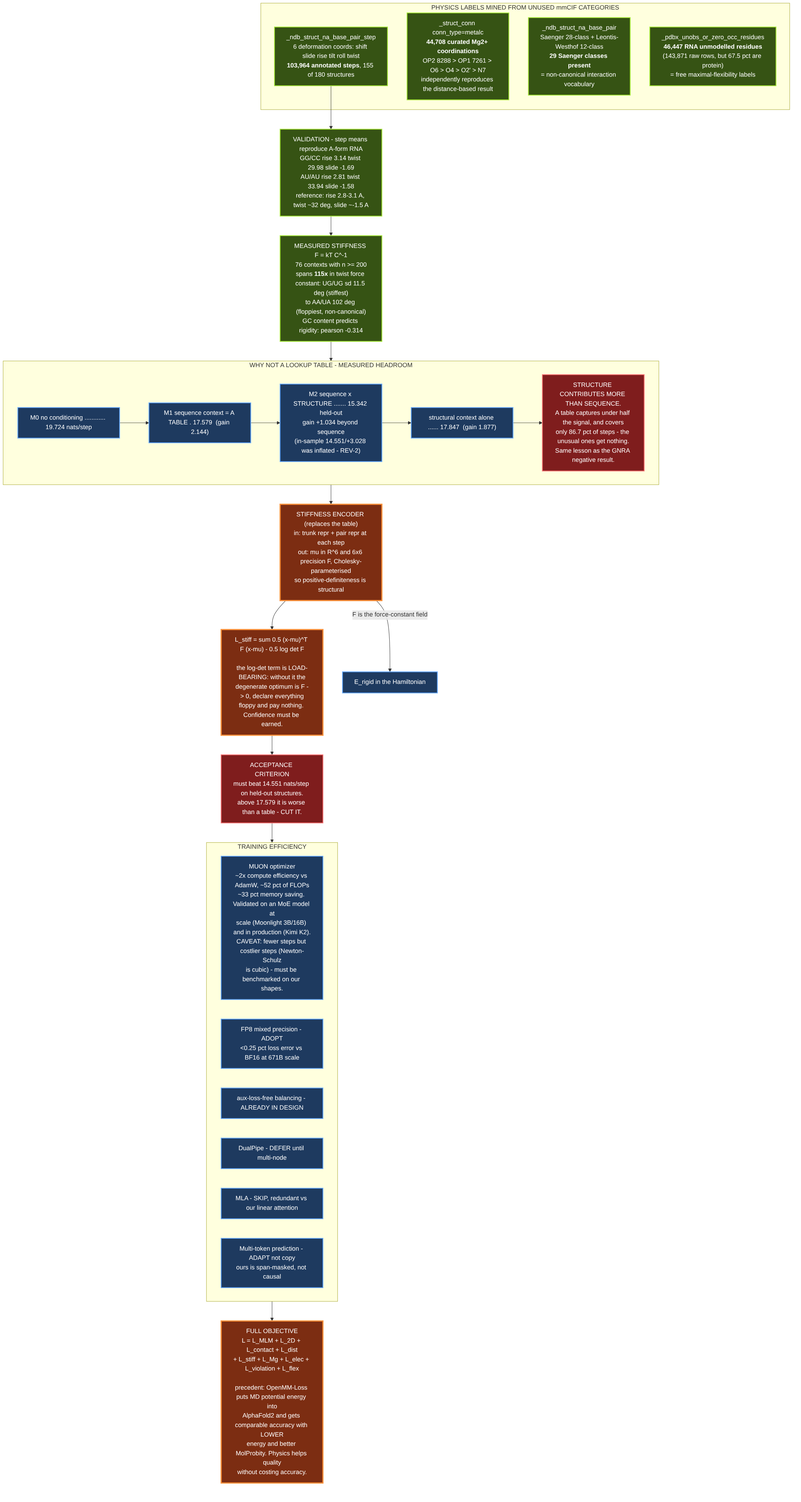
Before: research/architecture/diagrams/rendered/07-training-and-stiffness.png, a diagram exported from Mermaid (E-Motioner-X-SBS/sbs-rna). Its source is kept beside it as research/architecture/diagrams/07-training-and-stiffness.mmd.
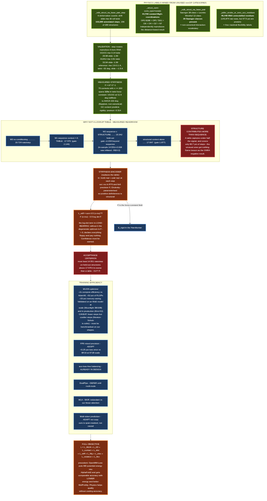
After the commit.

The edit, as a diff of the source:
```diff
@@ -1,9 +1,9 @@
 graph TB
     subgraph MINED["PHYSICS LABELS MINED FROM UNUSED mmCIF CATEGORIES"]
-        M1["_ndb_struct_na_base_pair_step<br/>6 deformation coords: shift slide rise tilt roll twist<br/><b>103,964 annotated steps</b>, 155 of 180 structures"]
+        M1["_ndb_struct_na_base_pair_step<br/>6 deformation coords: shift slide rise tilt roll twist<br/><b>103,965 annotated steps</b>, 156 of 180 structures"]
         M2["_struct_conn conn_type=metalc<br/><b>44,708 curated Mg2+ coordinations</b><br/>OP2 8288 &gt; OP1 7261 &gt; O6 &gt; O4 &gt; O2' &gt; N7<br/>independently reproduces the distance-based result"]
         M3["_ndb_struct_na_base_pair<br/>Saenger 28-class + Leontis-Westhof 12-class<br/><b>29 Saenger classes present</b><br/>= non-canonical interaction vocabulary"]
-        M4["_pdbx_unobs_or_zero_occ_residues<br/><b>46,447 RNA unmodelled residues</b><br/>(143,871 raw rows, but 67.5 pct are protein)<br/>= free maximal-flexibility labels"]
+        M4["_pdbx_unobs_or_zero_occ_residues<br/><b>46,448 RNA unmodelled residues</b><br/>(143,874 raw rows, but 67.5 pct are protein)<br/>= free maximal-flexibility labels"]
     end
 
     VALID["VALIDATION - step means reproduce A-form RNA<br/>GG/CC rise 3.14 twist 29.98 slide -1.69<br/>AU/AU rise 2.81 twist 33.94 slide -1.58<br/>reference: rise 2.8-3.1 A, twist ~32 deg, slide ~-1.5 A"]
```
